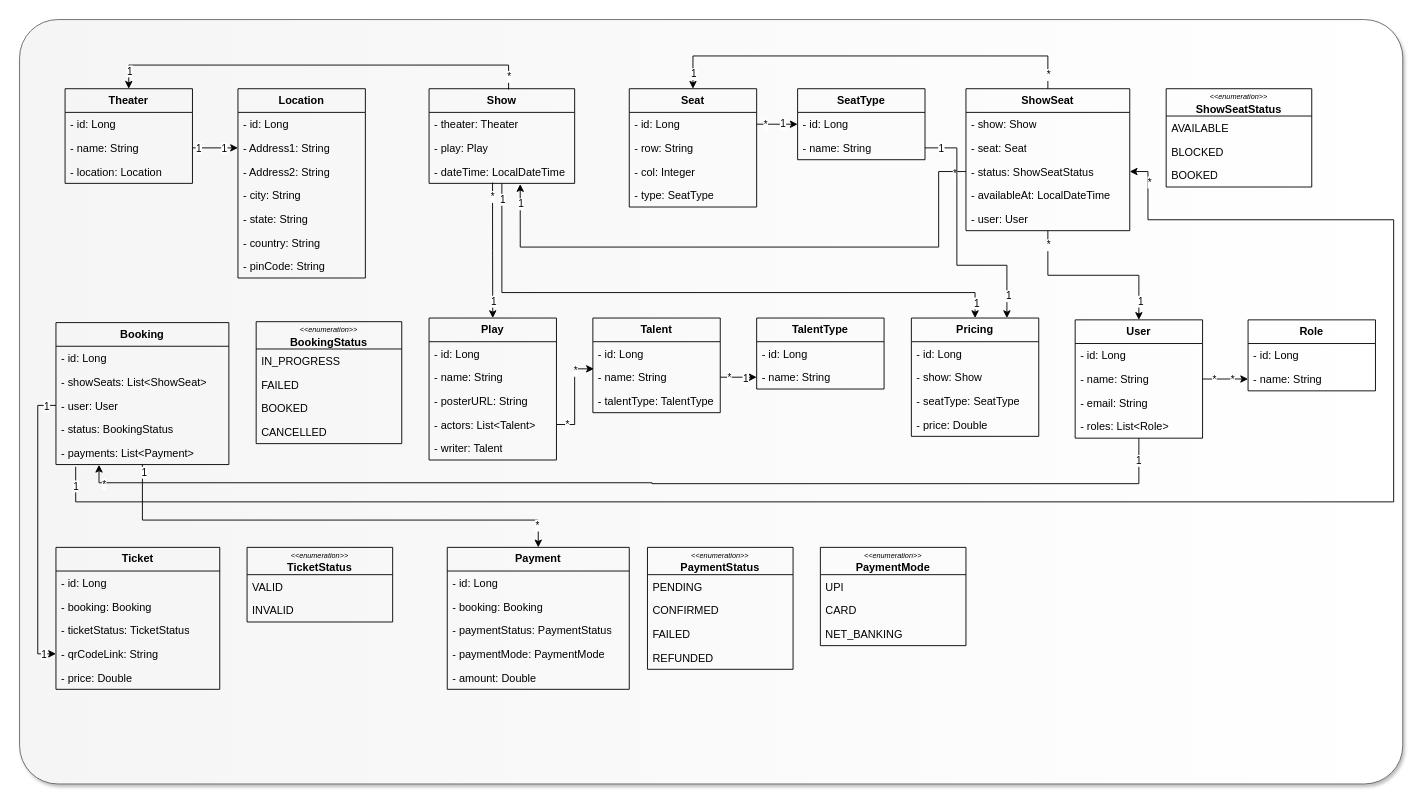
The draw.io diagram docs/class-diagram/TicketEase.drawio in sridharpatil047/ticket-ease, before the edit. Source tidied: cells renumbered, new cells numbered last; positions are measured from the earlier drawing's top-left corner, leaving out a move shared by most shapes. Both pictures are drawn from the tidied source at 91%, with x=0, y=0 at pixel (19, 19).
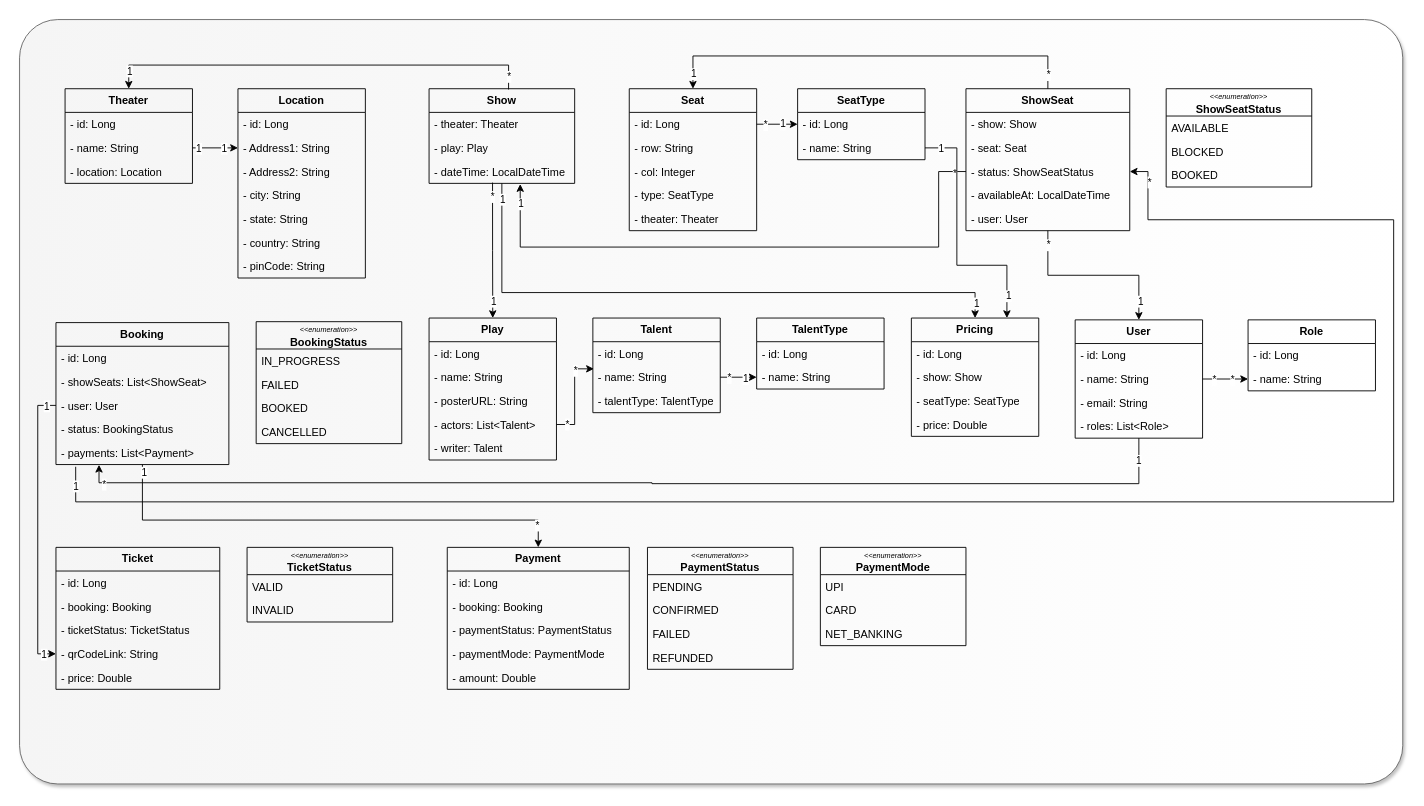
After the change.

Change to the diagram source:
```diff
@@
     <mxCell id="14" value="&lt;b&gt;Seat&lt;/b&gt;" style="swimlane;fontStyle=0;horizontal=1;startSize=26;fillColor=none;whiteSpace=wrap;html=1;" parent="1" vertex="1">
-      <mxGeometry x="670" y="76" width="140" height="130" as="geometry" />
+      <mxGeometry x="670" y="76" width="140" height="156" as="geometry" />
     </mxCell>
@@
+    <mxCell id="147" value="- theater: Theater" style="text;strokeColor=none;fillColor=none;align=left;verticalAlign=top;spacingLeft=4;spacingRight=4;overflow=hidden;whiteSpace=wrap;html=1;" parent="14" vertex="1">
+      <mxGeometry y="130" width="140" height="26" as="geometry" />
+    </mxCell>
```
